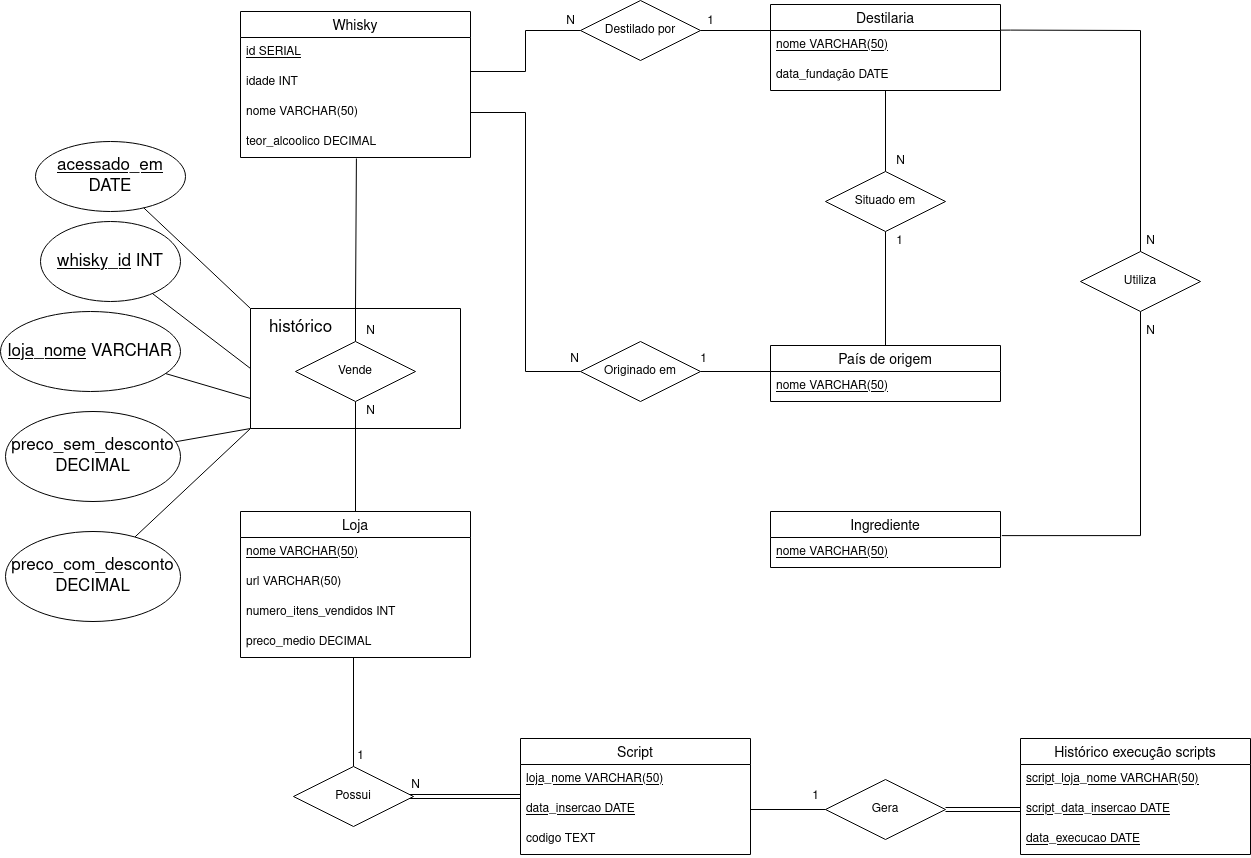
Earlier version of the draw.io export diagrama-ER.png (felipedallmann/Trabalho_Banco_de_Dados). Source tidied: cells renumbered, new cells last; positions are measured from the earlier drawing's top-left corner, leaving out a move shared by most shapes.
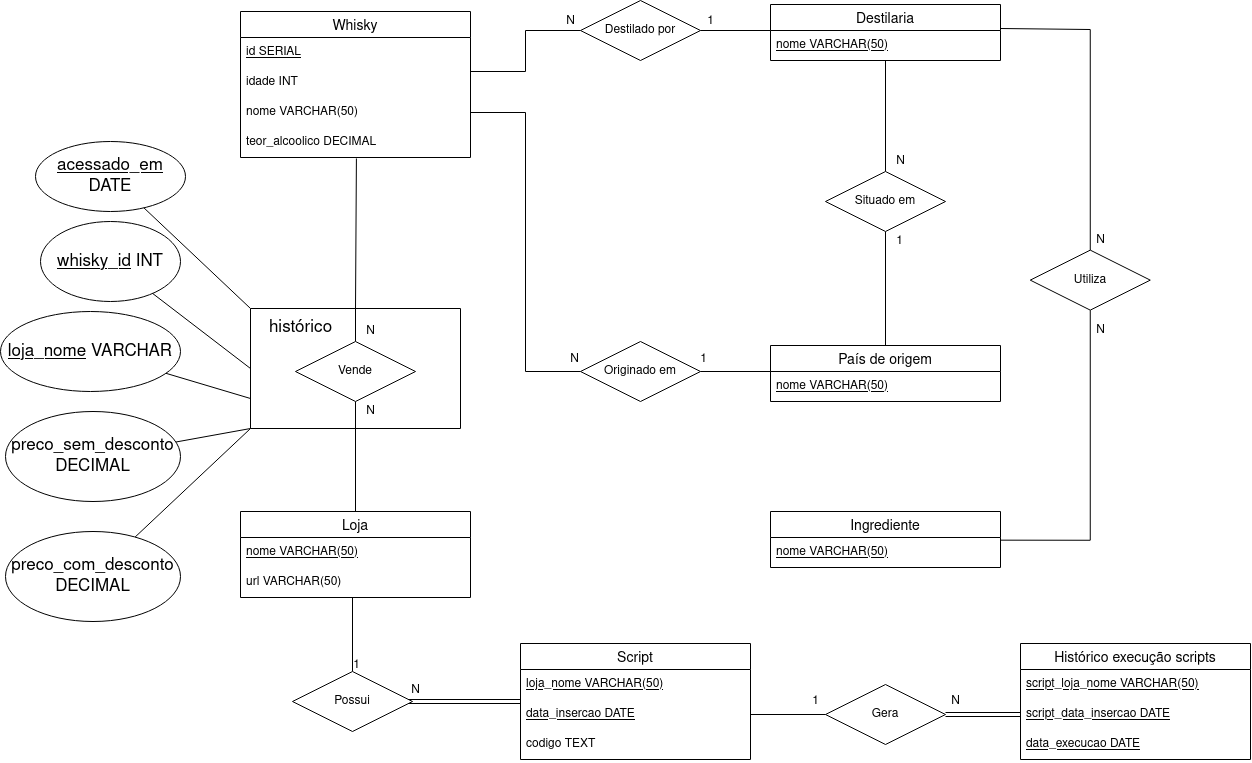
The same diagram one commit later.

Commit message:
Remover campos inúteis do banco de dados.

Diff of the diagram source:
```diff
@@ -18,14 +18,11 @@
       <mxGeometry y="116" width="230" height="30" as="geometry" />
     </mxCell>
     <mxCell id="7" value="Destilaria" style="swimlane;fontStyle=0;horizontal=1;startSize=26;align=center;fontSize=14;" parent="1" vertex="1">
-      <mxGeometry x="770" y="4" width="230" height="86" as="geometry" />
+      <mxGeometry x="770" y="4" width="230" height="56" as="geometry" />
     </mxCell>
     <mxCell id="8" value="nome VARCHAR(50)" style="text;strokeColor=none;fillColor=none;spacingLeft=4;spacingRight=4;overflow=hidden;fontSize=12;fontStyle=4;" parent="7" vertex="1">
       <mxGeometry y="26" width="230" height="30" as="geometry" />
     </mxCell>
-    <mxCell id="9" value="data_fundação DATE" style="text;strokeColor=none;fillColor=none;spacingLeft=4;spacingRight=4;overflow=hidden;fontSize=12;fontStyle=0;" parent="7" vertex="1">
-      <mxGeometry y="56" width="230" height="30" as="geometry" />
-    </mxCell>
     <mxCell id="10" value="País de origem" style="swimlane;fontStyle=0;horizontal=1;startSize=26;align=center;fontSize=14;" parent="1" vertex="1">
       <mxGeometry x="770" y="345" width="230" height="56" as="geometry" />
     </mxCell>
@@ -63,7 +60,7 @@
       <mxGeometry relative="1" as="geometry" />
     </mxCell>
     <mxCell id="19" value="Loja" style="swimlane;fontStyle=0;horizontal=1;startSize=26;align=center;fontSize=14;" parent="1" vertex="1">
-      <mxGeometry x="240" y="511" width="230" height="146" as="geometry" />
+      <mxGeometry x="240" y="511" width="230" height="86" as="geometry" />
     </mxCell>
     <mxCell id="20" value="nome VARCHAR(50)" style="text;strokeColor=none;fillColor=none;spacingLeft=4;spacingRight=4;overflow=hidden;fontSize=12;fontStyle=4;" parent="19" vertex="1">
       <mxGeometry y="26" width="230" height="30" as="geometry" />
@@ -71,12 +68,6 @@
     <mxCell id="21" value="url VARCHAR(50)" style="text;strokeColor=none;fillColor=none;spacingLeft=4;spacingRight=4;overflow=hidden;points=[[0,0.5],[1,0.5]];portConstraint=eastwest;fontSize=12;fontStyle=0;" parent="19" vertex="1">
       <mxGeometry y="56" width="230" height="30" as="geometry" />
     </mxCell>
-    <mxCell id="22" value="numero_itens_vendidos INT" style="text;strokeColor=none;fillColor=none;spacingLeft=4;spacingRight=4;overflow=hidden;fontSize=12;fontStyle=0;" parent="19" vertex="1">
-      <mxGeometry y="86" width="230" height="30" as="geometry" />
-    </mxCell>
-    <mxCell id="23" value="preco_medio DECIMAL " style="text;strokeColor=none;fillColor=none;spacingLeft=4;spacingRight=4;overflow=hidden;points=[[0,0.5],[1,0.5]];portConstraint=eastwest;fontSize=12;fontStyle=0;" parent="19" vertex="1">
-      <mxGeometry y="116" width="230" height="30" as="geometry" />
-    </mxCell>
     <mxCell id="24" style="edgeStyle=orthogonalEdgeStyle;rounded=0;jettySize=auto;html=1;exitX=0.5;exitY=0;exitDx=0;exitDy=0;endArrow=none;endFill=0;entryX=0.504;entryY=1.033;entryDx=0;entryDy=0;entryPerimeter=0;" parent="1" edge="1" source="25" target="6">
       <mxGeometry relative="1" as="geometry">
         <Array as="points">
@@ -111,19 +102,22 @@
         </Array>
       </mxGeometry>
     </mxCell>
-    <mxCell id="31" style="edgeStyle=orthogonalEdgeStyle;rounded=0;jettySize=auto;html=1;entryX=1.006;entryY=-0.063;entryDx=0;entryDy=0;entryPerimeter=0;endArrow=none;endFill=0;" parent="1" edge="1" source="32" target="27">
-      <mxGeometry relative="1" as="geometry" />
+    <mxCell id="31" style="edgeStyle=orthogonalEdgeStyle;rounded=0;jettySize=auto;html=1;entryX=1.001;entryY=0.089;entryDx=0;entryDy=0;entryPerimeter=0;endArrow=none;endFill=0;" parent="1" edge="1" source="32" target="27">
+      <mxGeometry relative="1" as="geometry">
+        <Array as="points">
+          <mxPoint x="1090" y="540" />
+        </Array>
+      </mxGeometry>
     </mxCell>
     <mxCell id="32" value="Utiliza" style="shape=rhombus;perimeter=rhombusPerimeter;whiteSpace=wrap;html=1;align=center;" parent="1" vertex="1">
-      <mxGeometry x="1080" y="251" width="120" height="60" as="geometry" />
+      <mxGeometry x="1029.8" y="249.6" width="120" height="60" as="geometry" />
     </mxCell>
-    <mxCell id="33" style="edgeStyle=orthogonalEdgeStyle;rounded=0;orthogonalLoop=1;jettySize=auto;html=1;endArrow=none;endFill=0;exitX=1.001;exitY=0.458;exitDx=0;exitDy=0;exitPerimeter=0;" parent="1" edge="1">
+    <mxCell id="33" style="edgeStyle=orthogonalEdgeStyle;rounded=0;orthogonalLoop=1;jettySize=auto;html=1;endArrow=none;endFill=0;" parent="1" edge="1">
       <mxGeometry relative="1" as="geometry">
-        <mxPoint x="1000.2" y="29.6" as="sourcePoint" />
-        <mxPoint x="1140" y="251" as="targetPoint" />
+        <mxPoint x="1000" y="28" as="sourcePoint" />
+        <mxPoint x="1089.8" y="249.6" as="targetPoint" />
         <Array as="points">
-          <mxPoint x="1010" y="30" />
-          <mxPoint x="1140" y="30" />
+          <mxPoint x="1090" y="29" />
         </Array>
       </mxGeometry>
     </mxCell>
@@ -152,10 +146,10 @@
       <mxGeometry x="889" y="231" width="20" height="20" as="geometry" />
     </mxCell>
     <mxCell id="42" value="N" style="text;html=1;align=center;verticalAlign=middle;strokeColor=none;fillColor=none;" parent="1" vertex="1">
-      <mxGeometry x="1140" y="231" width="20" height="20" as="geometry" />
+      <mxGeometry x="1089.8" y="229.6" width="20" height="20" as="geometry" />
     </mxCell>
     <mxCell id="43" value="N" style="text;html=1;align=center;verticalAlign=middle;strokeColor=none;fillColor=none;" parent="1" vertex="1">
-      <mxGeometry x="1140" y="321" width="20" height="20" as="geometry" />
+      <mxGeometry x="1089.8" y="319.6" width="20" height="20" as="geometry" />
     </mxCell>
     <mxCell id="44" style="swimlane;startSize=0;" parent="1" vertex="1">
       <mxGeometry x="250" y="308" width="210" height="120" as="geometry" />
@@ -194,7 +188,7 @@
       <mxGeometry relative="1" as="geometry" />
     </mxCell>
     <mxCell id="56" value="Script" style="swimlane;fontStyle=0;horizontal=1;startSize=26;align=center;fontSize=14;" parent="1" vertex="1">
-      <mxGeometry x="520" y="738" width="230" height="116" as="geometry" />
+      <mxGeometry x="520" y="643" width="230" height="116" as="geometry" />
     </mxCell>
     <mxCell id="57" value="loja_nome VARCHAR(50)" style="text;strokeColor=none;fillColor=none;spacingLeft=4;spacingRight=4;overflow=hidden;fontSize=12;fontStyle=4;" parent="56" vertex="1">
       <mxGeometry y="26" width="230" height="30" as="geometry" />
@@ -205,29 +199,25 @@
     <mxCell id="59" value="codigo TEXT" style="text;strokeColor=none;fillColor=none;spacingLeft=4;spacingRight=4;overflow=hidden;fontSize=12;fontStyle=0;" parent="56" vertex="1">
       <mxGeometry y="86" width="230" height="30" as="geometry" />
     </mxCell>
-    <mxCell id="60" style="edgeStyle=orthogonalEdgeStyle;rounded=0;jettySize=auto;html=1;exitX=0.5;exitY=0;exitDx=0;exitDy=0;endArrow=none;endFill=0;" parent="1" edge="1" source="62" target="23">
-      <mxGeometry relative="1" as="geometry">
-        <Array as="points">
-          <mxPoint x="353" y="766" />
-        </Array>
-      </mxGeometry>
-    </mxCell>
     <mxCell id="61" style="edgeStyle=orthogonalEdgeStyle;rounded=0;jettySize=auto;html=1;exitX=0.97;exitY=0.5;exitDx=0;exitDy=0;endArrow=none;endFill=0;shape=link;exitPerimeter=0;" parent="1" edge="1" source="62">
       <mxGeometry relative="1" as="geometry">
-        <mxPoint x="520" y="796" as="targetPoint" />
+        <mxPoint x="520" y="701" as="targetPoint" />
       </mxGeometry>
     </mxCell>
+    <mxCell id="73" style="edgeStyle=orthogonalEdgeStyle;rounded=0;jettySize=auto;html=1;exitX=0.5;exitY=0;exitDx=0;exitDy=0;entryX=0.487;entryY=0.999;entryDx=0;entryDy=0;entryPerimeter=0;endArrow=none;endFill=0;" parent="1" edge="1" source="62" target="21">
+      <mxGeometry relative="1" as="geometry" />
+    </mxCell>
     <mxCell id="62" value="Possui" style="shape=rhombus;perimeter=rhombusPerimeter;whiteSpace=wrap;html=1;align=center;" parent="1" vertex="1">
-      <mxGeometry x="293" y="766" width="120" height="60" as="geometry" />
+      <mxGeometry x="292" y="671" width="120" height="60" as="geometry" />
     </mxCell>
     <mxCell id="63" value="N" style="text;html=1;align=center;verticalAlign=middle;strokeColor=none;fillColor=none;" parent="1" vertex="1">
-      <mxGeometry x="405" y="775" width="20" height="20" as="geometry" />
+      <mxGeometry x="405" y="680" width="20" height="20" as="geometry" />
     </mxCell>
     <mxCell id="64" value="1" style="text;html=1;align=center;verticalAlign=middle;strokeColor=none;fillColor=none;" parent="1" vertex="1">
-      <mxGeometry x="350" y="746" width="20" height="20" as="geometry" />
+      <mxGeometry x="346" y="655" width="20" height="20" as="geometry" />
     </mxCell>
     <mxCell id="65" value="Histórico execução scripts" style="swimlane;fontStyle=0;horizontal=1;startSize=26;align=center;fontSize=14;" parent="1" vertex="1">
-      <mxGeometry x="1020" y="738" width="230" height="116" as="geometry" />
+      <mxGeometry x="1020" y="643" width="230" height="116" as="geometry" />
     </mxCell>
     <mxCell id="66" value="script_loja_nome VARCHAR(50)" style="text;strokeColor=none;fillColor=none;spacingLeft=4;spacingRight=4;overflow=hidden;fontSize=12;fontStyle=4;" parent="65" vertex="1">
       <mxGeometry y="26" width="230" height="30" as="geometry" />
@@ -239,16 +229,19 @@
       <mxGeometry y="86" width="230" height="30" as="geometry" />
     </mxCell>
     <mxCell id="69" value="Gera" style="shape=rhombus;perimeter=rhombusPerimeter;whiteSpace=wrap;html=1;align=center;" parent="1" vertex="1">
-      <mxGeometry x="825" y="779" width="120" height="60" as="geometry" />
+      <mxGeometry x="825" y="684" width="120" height="60" as="geometry" />
     </mxCell>
     <mxCell id="70" style="edgeStyle=orthogonalEdgeStyle;rounded=0;jettySize=auto;html=1;exitX=1;exitY=0.5;exitDx=0;exitDy=0;entryX=0;entryY=0.5;entryDx=0;entryDy=0;endArrow=none;endFill=0;" parent="1" edge="1" source="58" target="69">
       <mxGeometry relative="1" as="geometry" />
     </mxCell>
     <mxCell id="71" value="1" style="text;html=1;align=center;verticalAlign=middle;strokeColor=none;fillColor=none;" parent="1" vertex="1">
-      <mxGeometry x="805" y="786" width="20" height="20" as="geometry" />
+      <mxGeometry x="805" y="691" width="20" height="20" as="geometry" />
     </mxCell>
     <mxCell id="72" style="edgeStyle=orthogonalEdgeStyle;rounded=0;jettySize=auto;html=1;exitX=1;exitY=0.5;exitDx=0;exitDy=0;endArrow=none;endFill=0;shape=link;entryX=0;entryY=0.5;entryDx=0;entryDy=0;" parent="1" edge="1" source="69" target="67">
       <mxGeometry relative="1" as="geometry" />
     </mxCell>
+    <mxCell id="74" value="N" style="text;html=1;align=center;verticalAlign=middle;strokeColor=none;fillColor=none;" parent="1" vertex="1">
+      <mxGeometry x="945" y="691" width="20" height="20" as="geometry" />
+    </mxCell>
   </root>
 </mxGraphModel>
```
